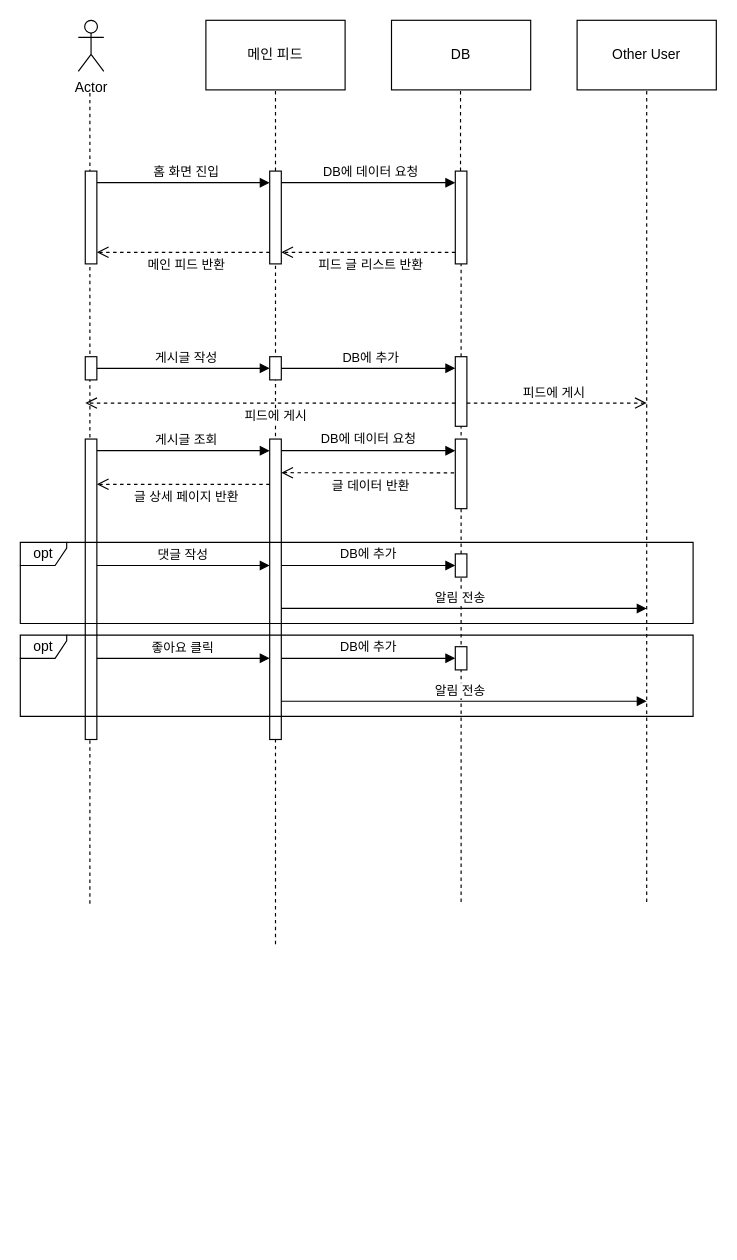
Earlier version of the draw.io diagram page "Main Feed" (3 of 4) of KB 3기 2반 5조.drawio (C0012S/SoBe-it). Source tidied: cells renumbered, new cells numbered last; positions are measured from the earlier drawing's top-left corner, leaving out a move shared by most shapes. Both pictures are drawn from the tidied source at 116%, with x=0, y=0 at pixel (20, 20).
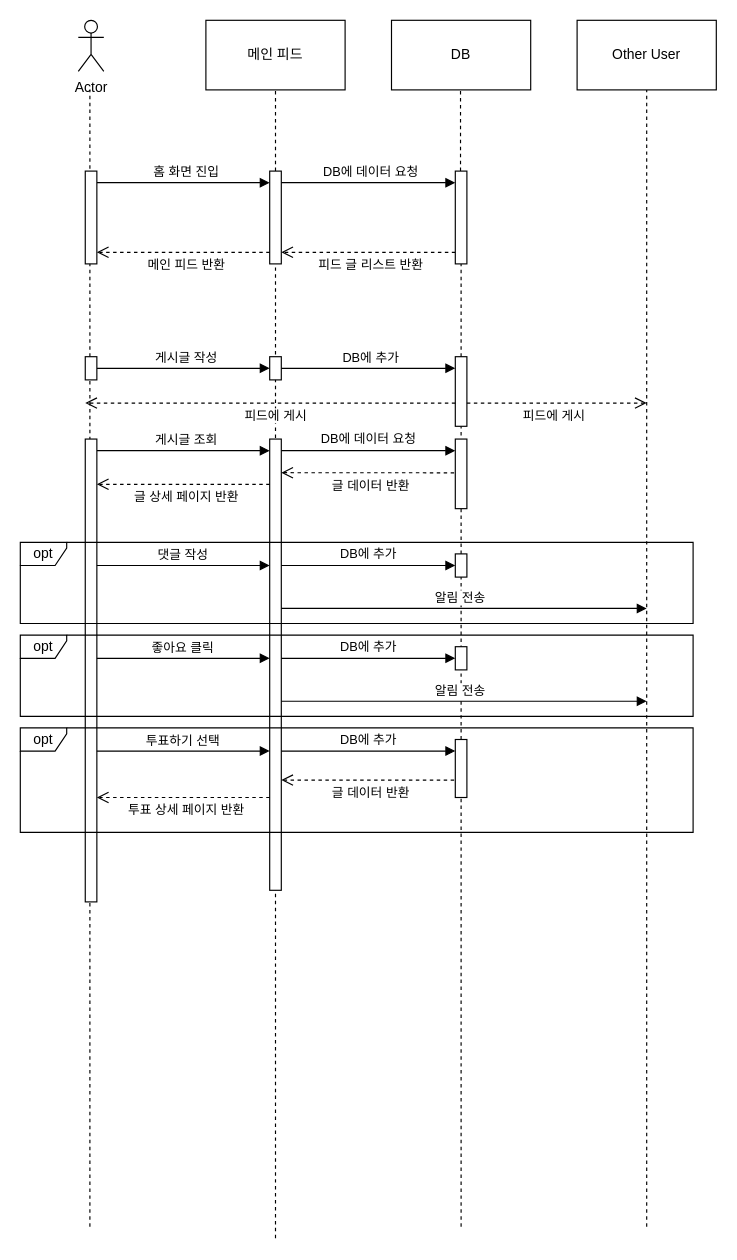
After the change.

Unchanged cells that the change refers to:
```xml
<mxCell id="12" style="html=1;points=[];perimeter=orthogonalPerimeter;outlineConnect=0;targetShapes=umlLifeline;portConstraint=eastwest;newEdgeStyle={&quot;edgeStyle&quot;:&quot;elbowEdgeStyle&quot;,&quot;elbow&quot;:&quot;vertical&quot;,&quot;curved&quot;:0,&quot;rounded&quot;:0};" parent="1" vertex="1">
  <mxGeometry x="215" y="130" width="10" height="80" as="geometry" />
</mxCell>
<mxCell id="22" style="html=1;points=[];perimeter=orthogonalPerimeter;outlineConnect=0;targetShapes=umlLifeline;portConstraint=eastwest;newEdgeStyle={&quot;edgeStyle&quot;:&quot;elbowEdgeStyle&quot;,&quot;elbow&quot;:&quot;vertical&quot;,&quot;curved&quot;:0,&quot;rounded&quot;:0};" parent="1" vertex="1">
  <mxGeometry x="375" y="290" width="10" height="60" as="geometry" />
</mxCell>
<mxCell id="36" style="html=1;points=[];perimeter=orthogonalPerimeter;outlineConnect=0;targetShapes=umlLifeline;portConstraint=eastwest;newEdgeStyle={&quot;edgeStyle&quot;:&quot;elbowEdgeStyle&quot;,&quot;elbow&quot;:&quot;vertical&quot;,&quot;curved&quot;:0,&quot;rounded&quot;:0};" parent="1" vertex="1">
  <mxGeometry x="375" y="460" width="10" height="20" as="geometry" />
</mxCell>
```

Change to the diagram source:
```diff
@@
     <mxCell id="3" style="endArrow=none;dashed=1;html=1;rounded=0;" parent="1" edge="1">
       <mxGeometry relative="1" as="geometry">
-        <mxPoint x="60" y="761.6" as="sourcePoint" />
+        <mxPoint x="60" y="1040" as="sourcePoint" />
         <mxPoint x="60" y="60" as="targetPoint" />
       </mxGeometry>
     </mxCell>
@@
     <mxCell id="9" style="endArrow=none;dashed=1;html=1;rounded=0;" parent="1" edge="1">
       <mxGeometry relative="1" as="geometry">
-        <mxPoint x="540" y="760" as="sourcePoint" />
+        <mxPoint x="540" y="1040" as="sourcePoint" />
         <mxPoint x="540" y="60" as="targetPoint" />
       </mxGeometry>
     </mxCell>
@@
     <mxCell id="11" style="endArrow=none;dashed=1;html=1;rounded=0;" parent="1" edge="1" target="12">
       <mxGeometry relative="1" as="geometry">
-        <mxPoint x="220" y="796.5" as="sourcePoint" />
+        <mxPoint x="220" y="1050" as="sourcePoint" />
       </mxGeometry>
     </mxCell>
@@
     <mxCell id="26" value="피드에 게시" style="html=1;verticalAlign=bottom;endArrow=open;dashed=1;endSize=8;edgeStyle=elbowEdgeStyle;elbow=vertical;curved=0;rounded=0;" parent="1" edge="1" source="22">
-      <mxGeometry x="-0.03" relative="1" as="geometry">
+      <mxGeometry x="-0.03" y="-20" relative="1" as="geometry">
         <mxPoint x="540" y="330" as="targetPoint" />
       </mxGeometry>
     </mxCell>
@@
     <mxCell id="28" style="html=1;points=[];perimeter=orthogonalPerimeter;outlineConnect=0;targetShapes=umlLifeline;portConstraint=eastwest;newEdgeStyle={&quot;edgeStyle&quot;:&quot;elbowEdgeStyle&quot;,&quot;elbow&quot;:&quot;vertical&quot;,&quot;curved&quot;:0,&quot;rounded&quot;:0};" parent="1" vertex="1">
-      <mxGeometry x="215" y="361" width="10" height="259" as="geometry" />
+      <mxGeometry x="215" y="361" width="10" height="389" as="geometry" />
     </mxCell>
     <mxCell id="29" style="html=1;points=[];perimeter=orthogonalPerimeter;outlineConnect=0;targetShapes=umlLifeline;portConstraint=eastwest;newEdgeStyle={&quot;edgeStyle&quot;:&quot;elbowEdgeStyle&quot;,&quot;elbow&quot;:&quot;vertical&quot;,&quot;curved&quot;:0,&quot;rounded&quot;:0};" parent="1" vertex="1">
-      <mxGeometry x="56" y="361" width="10" height="259" as="geometry" />
+      <mxGeometry x="56" y="361" width="10" height="399" as="geometry" />
     </mxCell>
@@
     <mxCell id="35" style="endArrow=none;dashed=1;html=1;rounded=0;" parent="1" edge="1" target="36">
       <mxGeometry relative="1" as="geometry">
-        <mxPoint x="380" y="760" as="sourcePoint" />
+        <mxPoint x="380" y="1040" as="sourcePoint" />
       </mxGeometry>
     </mxCell>
@@
+    <mxCell id="45" value="투표하기 선택" style="html=1;verticalAlign=bottom;endArrow=block;edgeStyle=elbowEdgeStyle;elbow=vertical;curved=0;rounded=0;" parent="1" edge="1">
+      <mxGeometry x="-0.01" relative="1" as="geometry">
+        <mxPoint x="66" y="630" as="sourcePoint" />
+        <mxPoint x="215" y="630" as="targetPoint" />
+        <Array as="points">
+          <mxPoint x="140" y="630" />
+        </Array>
+      </mxGeometry>
+    </mxCell>
+    <mxCell id="46" value="DB에 추가" style="html=1;verticalAlign=bottom;endArrow=block;edgeStyle=elbowEdgeStyle;elbow=vertical;curved=0;rounded=0;" parent="1" edge="1">
+      <mxGeometry y="1" relative="1" as="geometry">
+        <mxPoint x="225" y="630" as="sourcePoint" />
+        <mxPoint x="375" y="630" as="targetPoint" />
+        <Array as="points">
+          <mxPoint x="300" y="630" />
+        </Array>
+      </mxGeometry>
+    </mxCell>
+    <mxCell id="47" style="html=1;perimeter=orthogonalPerimeter;targetShapes=umlLifeline;newEdgeStyle={&quot;edgeStyle&quot;:&quot;elbowEdgeStyle&quot;,&quot;elbow&quot;:&quot;vertical&quot;,&quot;curved&quot;:0,&quot;rounded&quot;:0};" parent="1" vertex="1">
+      <mxGeometry x="375" y="620" width="10" height="50" as="geometry" />
+    </mxCell>
+    <mxCell id="48" value="opt" style="shape=umlFrame;whiteSpace=wrap;html=1;width=40;height=20;" parent="1" vertex="1">
+      <mxGeometry y="610" width="580" height="90" as="geometry" />
+    </mxCell>
+    <mxCell id="49" value="글 데이터 반환" style="html=1;verticalAlign=bottom;endArrow=open;dashed=1;endSize=8;edgeStyle=elbowEdgeStyle;elbow=vertical;curved=0;rounded=0;" parent="1" edge="1">
+      <mxGeometry x="-0.03" y="20" relative="1" as="geometry">
+        <mxPoint x="374" y="655" as="sourcePoint" />
+        <mxPoint x="225" y="655" as="targetPoint" />
+      </mxGeometry>
+    </mxCell>
+    <mxCell id="50" value="투표 상세 페이지 반환" style="html=1;verticalAlign=bottom;endArrow=open;dashed=1;endSize=8;edgeStyle=elbowEdgeStyle;elbow=vertical;curved=0;rounded=0;" parent="1" edge="1">
+      <mxGeometry x="-0.03" y="20" relative="1" as="geometry">
+        <mxPoint x="215" y="670" as="sourcePoint" />
+        <mxPoint x="66" y="670" as="targetPoint" />
+      </mxGeometry>
+    </mxCell>
```
